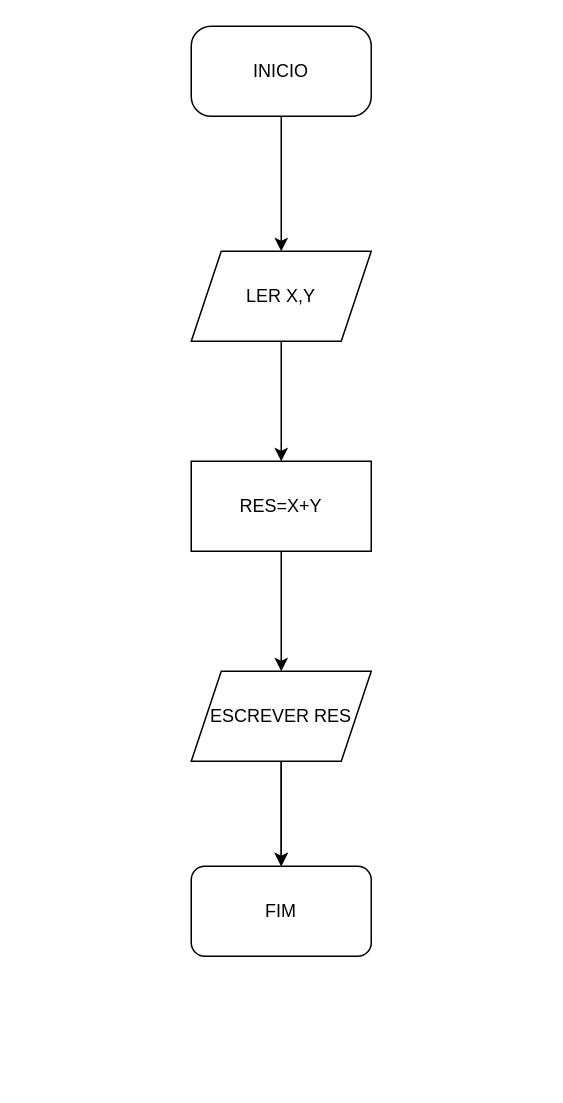
Above: Diagrama sem nome.drawio in Leonardo696/fluxogramas (draw.io), before the change. Source tidied: cells renumbered, new cells numbered last; positions are measured from the earlier drawing's top-left corner, leaving out a move shared by most shapes. Both pictures are drawn from the tidied source at 150%, with x=0, y=0 at pixel (190, 26).
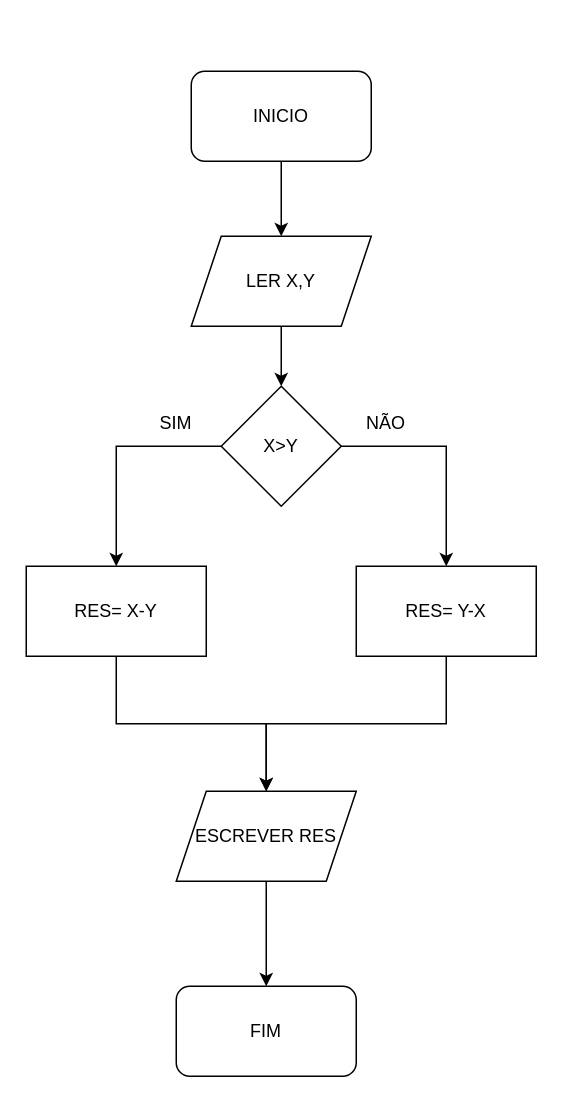
After the change.

The edit, as a diff of the source:
```diff
@@
 <mxGraphModel>
   <root>
     <mxCell id="0" />
     <mxCell id="1" parent="0" />
+    <mxCell id="4" style="edgeStyle=orthogonalEdgeStyle;rounded=0;jettySize=auto;html=1;exitX=0.5;exitY=1;exitDx=0;exitDy=0;" parent="1" edge="1" source="2" target="5">
+      <mxGeometry relative="1" as="geometry" />
+    </mxCell>
-    <mxCell id="2" value="INICIO" style="rounded=1;whiteSpace=wrap;html=1;arcSize=22;" parent="1" vertex="1">
-      <mxGeometry width="120" height="60" as="geometry" />
+    <mxCell id="2" value="INICIO" style="rounded=1;whiteSpace=wrap;html=1;" parent="1" vertex="1">
+      <mxGeometry y="30" width="120" height="60" as="geometry" />
     </mxCell>
-    <mxCell id="3" style="endArrow=classic;html=1;rounded=0;exitX=0.5;exitY=1;exitDx=0;exitDy=0;" parent="1" edge="1" source="5">
-      <mxGeometry relative="1" as="geometry">
-        <mxPoint x="62.5" y="190" as="targetPoint" />
-      </mxGeometry>
-    </mxCell>
-    <mxCell id="4" style="endArrow=classic;html=1;rounded=0;exitX=0.5;exitY=1;exitDx=0;exitDy=0;" parent="1" edge="1" source="2" target="5">
-      <mxGeometry relative="1" as="geometry" />
-    </mxCell>
+    <mxCell id="13" style="edgeStyle=orthogonalEdgeStyle;rounded=0;jettySize=auto;html=1;exitX=0.5;exitY=1;exitDx=0;exitDy=0;" parent="1" edge="1" source="5" target="16">
+      <mxGeometry relative="1" as="geometry" />
+    </mxCell>
     <mxCell id="5" value="LER X,Y" style="shape=parallelogram;perimeter=parallelogramPerimeter;whiteSpace=wrap;html=1;fixedSize=1;" parent="1" vertex="1">
-      <mxGeometry y="150" width="120" height="60" as="geometry" />
+      <mxGeometry y="140" width="120" height="60" as="geometry" />
     </mxCell>
-    <mxCell id="6" value="RES=X+Y" style="rounded=0;whiteSpace=wrap;html=1;" parent="1" vertex="1">
-      <mxGeometry y="290" width="120" height="60" as="geometry" />
-    </mxCell>
-    <mxCell id="7" style="endArrow=classic;html=1;rounded=0;exitX=0.5;exitY=1;exitDx=0;exitDy=0;entryX=0.5;entryY=0;entryDx=0;entryDy=0;" parent="1" edge="1" source="6" target="9">
-      <mxGeometry relative="1" as="geometry" />
-    </mxCell>
-    <mxCell id="8" style="edgeStyle=orthogonalEdgeStyle;rounded=0;jettySize=auto;html=1;" parent="1" edge="1" source="9" target="11">
-      <mxGeometry relative="1" as="geometry" />
-    </mxCell>
+    <mxCell id="14" style="edgeStyle=orthogonalEdgeStyle;rounded=0;jettySize=auto;html=1;exitX=0;exitY=0.5;exitDx=0;exitDy=0;entryX=0.5;entryY=0;entryDx=0;entryDy=0;" parent="1" edge="1" source="16" target="18">
+      <mxGeometry relative="1" as="geometry" />
+    </mxCell>
+    <mxCell id="15" style="edgeStyle=orthogonalEdgeStyle;rounded=0;jettySize=auto;html=1;exitX=1;exitY=0.5;exitDx=0;exitDy=0;entryX=0.5;entryY=0;entryDx=0;entryDy=0;" parent="1" edge="1" source="16" target="20">
+      <mxGeometry relative="1" as="geometry" />
+    </mxCell>
+    <mxCell id="16" value="X&amp;gt;Y" style="rhombus;whiteSpace=wrap;html=1;" parent="1" vertex="1">
+      <mxGeometry x="20" y="240" width="80" height="80" as="geometry" />
+    </mxCell>
+    <mxCell id="17" style="edgeStyle=orthogonalEdgeStyle;rounded=0;jettySize=auto;html=1;exitX=0.5;exitY=1;exitDx=0;exitDy=0;entryX=0.5;entryY=0;entryDx=0;entryDy=0;" parent="1" edge="1" source="18" target="9">
+      <mxGeometry relative="1" as="geometry" />
+    </mxCell>
+    <mxCell id="18" value="RES= X-Y" style="rounded=0;whiteSpace=wrap;html=1;" parent="1" vertex="1">
+      <mxGeometry x="-110" y="360" width="120" height="60" as="geometry" />
+    </mxCell>
+    <mxCell id="19" style="edgeStyle=orthogonalEdgeStyle;rounded=0;jettySize=auto;html=1;exitX=0.5;exitY=1;exitDx=0;exitDy=0;entryX=0.5;entryY=0;entryDx=0;entryDy=0;" parent="1" edge="1" source="20" target="9">
+      <mxGeometry relative="1" as="geometry" />
+    </mxCell>
+    <mxCell id="20" value="RES= Y-X" style="rounded=0;whiteSpace=wrap;html=1;" parent="1" vertex="1">
+      <mxGeometry x="110" y="360" width="120" height="60" as="geometry" />
+    </mxCell>
+    <mxCell id="21" style="edgeStyle=orthogonalEdgeStyle;rounded=0;jettySize=auto;html=1;exitX=0.5;exitY=1;exitDx=0;exitDy=0;entryX=0.5;entryY=0;entryDx=0;entryDy=0;" parent="1" edge="1" source="9" target="11">
+      <mxGeometry relative="1" as="geometry" />
+    </mxCell>
     <mxCell id="9" value="ESCREVER RES" style="shape=parallelogram;perimeter=parallelogramPerimeter;whiteSpace=wrap;html=1;fixedSize=1;" parent="1" vertex="1">
-      <mxGeometry y="430" width="120" height="60" as="geometry" />
+      <mxGeometry x="-10" y="510" width="120" height="60" as="geometry" />
     </mxCell>
-    <mxCell id="10" style="endArrow=classic;html=1;rounded=0;entryX=0.5;entryY=0;entryDx=0;entryDy=0;exitX=0.5;exitY=1;exitDx=0;exitDy=0;" parent="1" edge="1" source="9" target="11">
-      <mxGeometry relative="1" as="geometry" />
-    </mxCell>
     <mxCell id="11" value="FIM" style="rounded=1;whiteSpace=wrap;html=1;" parent="1" vertex="1">
-      <mxGeometry y="560" width="120" height="60" as="geometry" />
+      <mxGeometry x="-10" y="640" width="120" height="60" as="geometry" />
     </mxCell>
-    <mxCell id="12" style="endArrow=classic;html=1;rounded=0;exitX=0.5;exitY=1;exitDx=0;exitDy=0;" parent="1" edge="1" source="5" target="6">
-      <mxGeometry relative="1" as="geometry" />
-    </mxCell>
+    <mxCell id="22" value="SIM" style="text;html=1;strokeColor=none;fillColor=none;align=center;verticalAlign=middle;whiteSpace=wrap;rounded=0;" parent="1" vertex="1">
+      <mxGeometry x="-40" y="250" width="60" height="30" as="geometry" />
+    </mxCell>
+    <mxCell id="23" value="NÃO" style="text;html=1;strokeColor=none;fillColor=none;align=center;verticalAlign=middle;whiteSpace=wrap;rounded=0;" parent="1" vertex="1">
+      <mxGeometry x="100" y="250" width="60" height="30" as="geometry" />
+    </mxCell>
   </root>
 </mxGraphModel>
```
